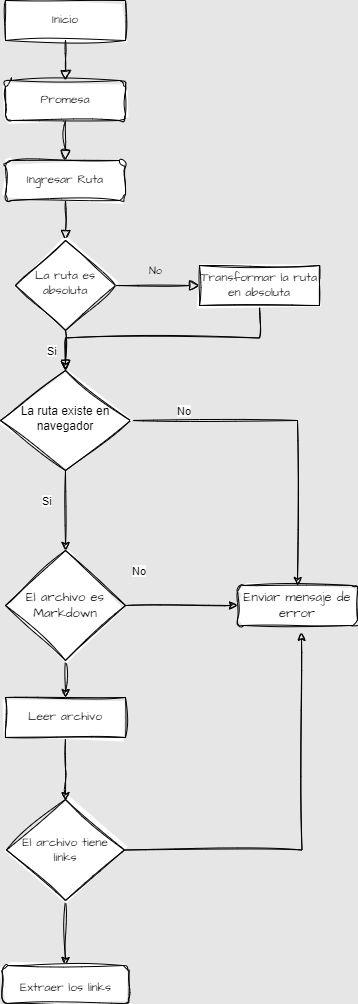
Above: docs/Diagrama de flujo.drawio.png in Yarenhi/DEV010-md-links (draw.io), before the change. Source tidied: cells renumbered, new cells last; positions are measured from the earlier drawing's top-left corner, leaving out a move shared by most shapes.
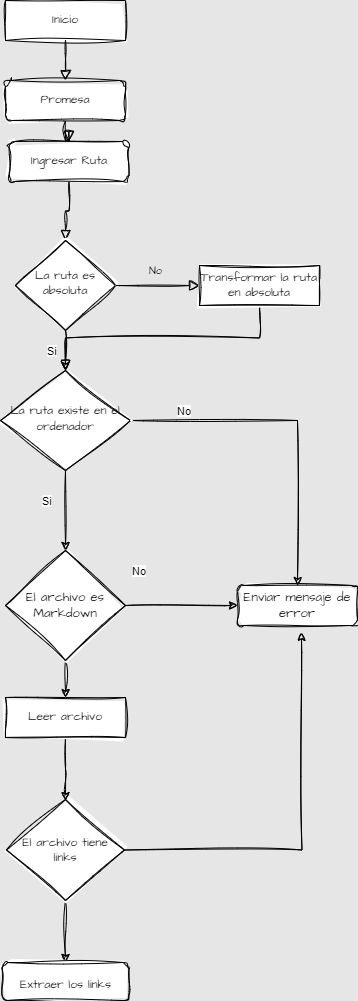
The same diagram one commit later.

Diff of the diagram source:
```diff
@@ -23,7 +23,7 @@
     <mxCell id="8" style="edgeStyle=orthogonalEdgeStyle;rounded=0;sketch=1;hachureGap=4;jiggle=2;curveFitting=1;jettySize=auto;html=1;exitX=0.5;exitY=1;exitDx=0;exitDy=0;entryX=0.5;entryY=0;entryDx=0;entryDy=0;strokeColor=#000000;fontFamily=Architects Daughter;fontSource=https%3A%2F%2Ffonts.googleapis.com%2Fcss%3Ffamily%3DArchitects%2BDaughter;fontSize=16;fontColor=#143642;fillColor=#FAE5C7;" parent="1" edge="1" source="9" target="24">
       <mxGeometry relative="1" as="geometry" />
     </mxCell>
-    <mxCell id="9" value="La ruta existe en navegador" style="rhombus;whiteSpace=wrap;html=1;shadow=0;fontFamily=Helvetica;fontSize=12;align=center;strokeWidth=1;spacing=6;spacingTop=-4;sketch=1;curveFitting=1;jiggle=2;labelBackgroundColor=none;rounded=0;" parent="1" vertex="1">
+    <mxCell id="9" value="&lt;font face=&quot;Architects Daughter&quot;&gt;La ruta existe en el ordenador&lt;/font&gt;" style="rhombus;whiteSpace=wrap;html=1;shadow=0;fontFamily=Helvetica;fontSize=12;align=center;strokeWidth=1;spacing=6;spacingTop=-4;sketch=1;curveFitting=1;jiggle=2;labelBackgroundColor=none;rounded=0;" parent="1" vertex="1">
       <mxGeometry y="370" width="130" height="100" as="geometry" />
     </mxCell>
     <mxCell id="10" style="edgeStyle=orthogonalEdgeStyle;rounded=0;sketch=1;hachureGap=4;jiggle=2;curveFitting=1;jettySize=auto;html=1;exitX=0.5;exitY=1;exitDx=0;exitDy=0;entryX=0.5;entryY=0;entryDx=0;entryDy=0;strokeColor=#000000;fontFamily=Architects Daughter;fontSource=https%3A%2F%2Ffonts.googleapis.com%2Fcss%3Ffamily%3DArchitects%2BDaughter;fontSize=16;fontColor=#143642;fillColor=#FAE5C7;" parent="1" edge="1" source="11">
@@ -50,7 +50,7 @@
       <mxGeometry relative="1" as="geometry" />
     </mxCell>
     <mxCell id="17" value="Ingresar Ruta" style="rounded=1;whiteSpace=wrap;html=1;sketch=1;hachureGap=4;jiggle=2;curveFitting=1;fontFamily=Architects Daughter;fontSource=https%3A%2F%2Ffonts.googleapis.com%2Fcss%3Ffamily%3DArchitects%2BDaughter;fontSize=12;" parent="1" vertex="1">
-      <mxGeometry x="5" y="160" width="120" height="40" as="geometry" />
+      <mxGeometry x="8.5" y="141" width="120" height="40" as="geometry" />
     </mxCell>
     <mxCell id="18" value="&lt;span style=&quot;color: rgb(0, 0, 0); font-family: Helvetica; font-size: 11px; font-style: normal; font-variant-ligatures: normal; font-variant-caps: normal; font-weight: 400; letter-spacing: normal; orphans: 2; text-align: center; text-indent: 0px; text-transform: none; widows: 2; word-spacing: 0px; -webkit-text-stroke-width: 0px; background-color: rgb(251, 251, 251); text-decoration-thickness: initial; text-decoration-style: initial; text-decoration-color: initial; float: none; display: inline !important;&quot;&gt;Si&lt;/span&gt;" style="text;whiteSpace=wrap;html=1;fontSize=20;fontFamily=Architects Daughter;fontColor=#143642;" parent="1" vertex="1">
       <mxGeometry x="45" y="330" width="50" height="50" as="geometry" />
@@ -93,7 +93,7 @@
       <mxGeometry x="6" y="799" width="118" height="101" as="geometry" />
     </mxCell>
     <mxCell id="30" value="&lt;font style=&quot;font-size: 12px;&quot;&gt;Extraer los links&lt;/font&gt;" style="rounded=1;whiteSpace=wrap;html=1;sketch=1;hachureGap=4;jiggle=2;curveFitting=1;fontFamily=Architects Daughter;fontSource=https%3A%2F%2Ffonts.googleapis.com%2Fcss%3Ffamily%3DArchitects%2BDaughter;fontSize=20;" parent="1" vertex="1">
-      <mxGeometry x="1.5" y="965" width="127" height="38" as="geometry" />
+      <mxGeometry x="1.5" y="962" width="127" height="38" as="geometry" />
     </mxCell>
   </root>
 </mxGraphModel>
```
